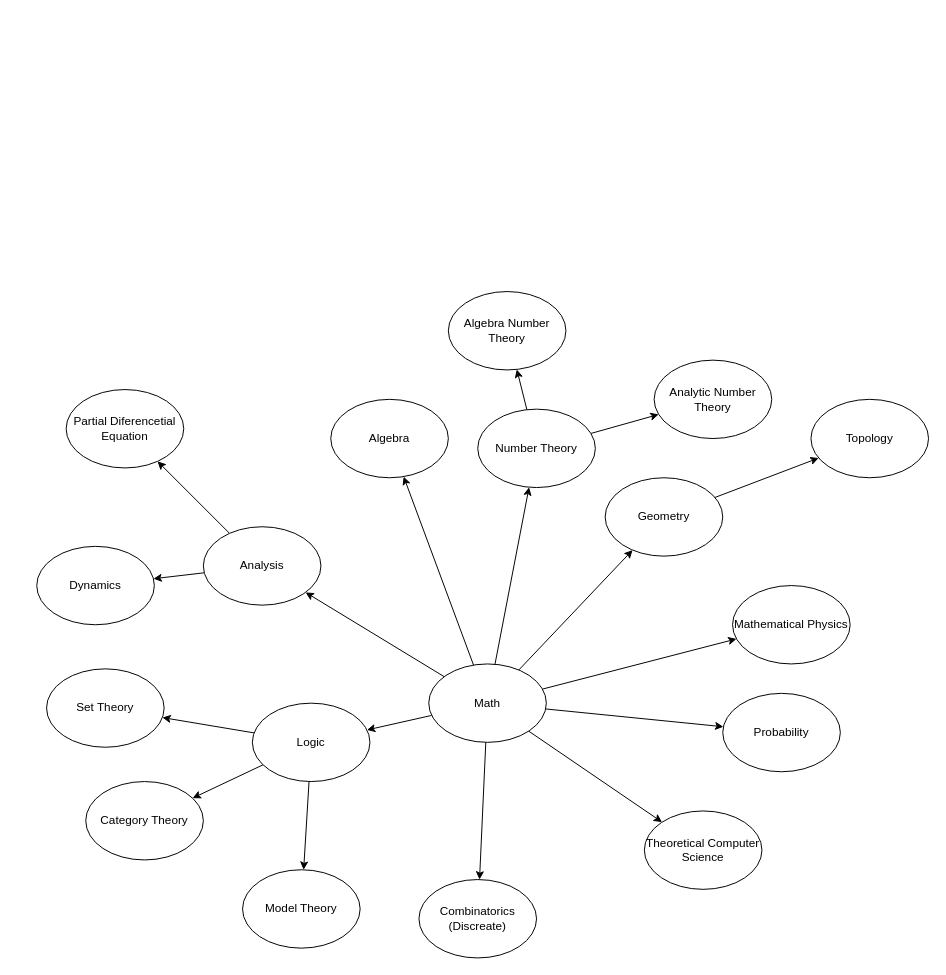
Earlier version of the draw.io diagram math.drawio (chavp/data-modeling). Source tidied: cells renumbered, new cells numbered last; positions are measured from the earlier drawing's top-left corner, leaving out a move shared by most shapes. Both pictures are drawn from the tidied source at 98%, with x=0, y=0 at pixel (36, 291).
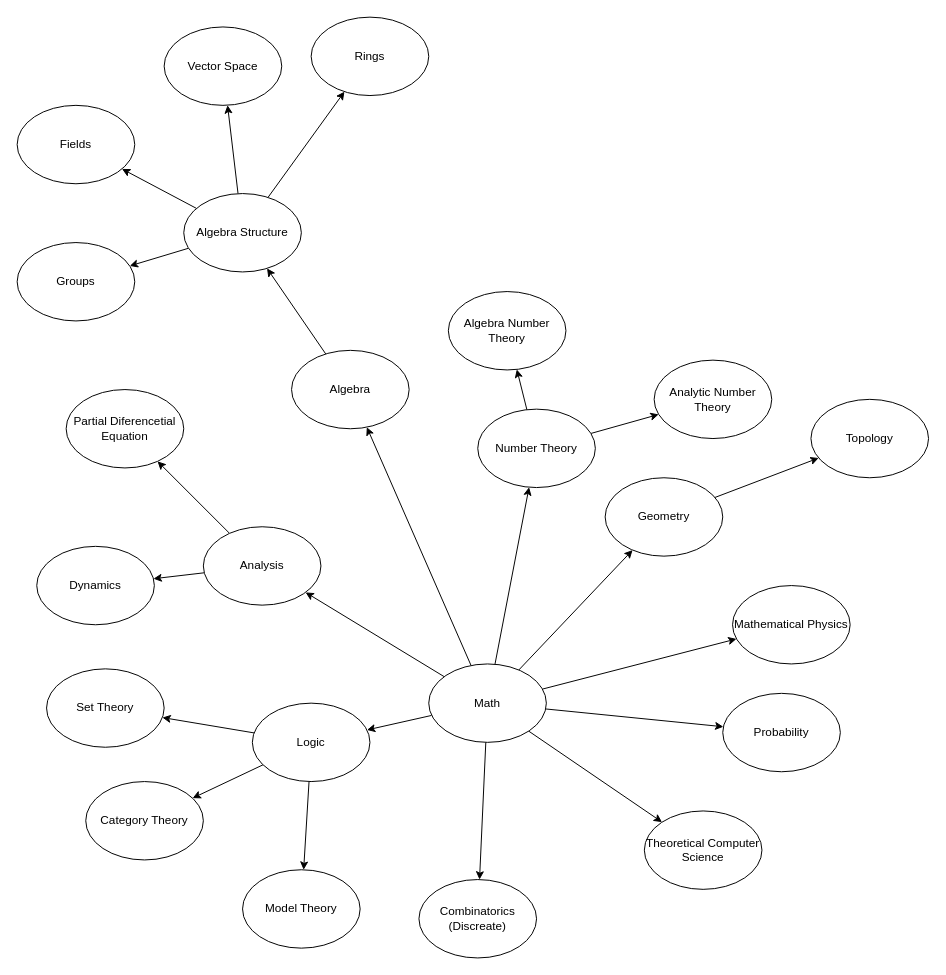
Above is the later version.

Change to the diagram source:
```diff
@@
+    <mxCell id="37" style="edgeStyle=none;rounded=0;jettySize=auto;html=1;" parent="1" edge="1" source="12" target="42">
+      <mxGeometry relative="1" as="geometry" />
+    </mxCell>
     <mxCell id="12" value="Algebra" style="ellipse;whiteSpace=wrap;html=1;" parent="1" vertex="1">
-      <mxGeometry x="300" y="110" width="120" height="80" as="geometry" />
+      <mxGeometry x="260" y="60" width="120" height="80" as="geometry" />
     </mxCell>
@@
+    <mxCell id="38" style="edgeStyle=none;rounded=0;jettySize=auto;html=1;" parent="1" edge="1" source="42" target="43">
+      <mxGeometry relative="1" as="geometry" />
+    </mxCell>
+    <mxCell id="39" style="edgeStyle=none;rounded=0;jettySize=auto;html=1;" parent="1" edge="1" source="42" target="44">
+      <mxGeometry relative="1" as="geometry" />
+    </mxCell>
+    <mxCell id="40" style="edgeStyle=none;rounded=0;jettySize=auto;html=1;" parent="1" edge="1" source="42" target="45">
+      <mxGeometry relative="1" as="geometry" />
+    </mxCell>
+    <mxCell id="41" style="edgeStyle=none;rounded=0;jettySize=auto;html=1;" parent="1" edge="1" source="42" target="46">
+      <mxGeometry relative="1" as="geometry" />
+    </mxCell>
+    <mxCell id="42" value="Algebra Structure" style="ellipse;whiteSpace=wrap;html=1;" parent="1" vertex="1">
+      <mxGeometry x="150" y="-100" width="120" height="80" as="geometry" />
+    </mxCell>
+    <mxCell id="43" value="Groups" style="ellipse;whiteSpace=wrap;html=1;" parent="1" vertex="1">
+      <mxGeometry x="-20" y="-50" width="120" height="80" as="geometry" />
+    </mxCell>
+    <mxCell id="44" value="Fields" style="ellipse;whiteSpace=wrap;html=1;" parent="1" vertex="1">
+      <mxGeometry x="-20" y="-190" width="120" height="80" as="geometry" />
+    </mxCell>
+    <mxCell id="45" value="Vector Space" style="ellipse;whiteSpace=wrap;html=1;" parent="1" vertex="1">
+      <mxGeometry x="130" y="-270" width="120" height="80" as="geometry" />
+    </mxCell>
+    <mxCell id="46" value="Rings" style="ellipse;whiteSpace=wrap;html=1;" parent="1" vertex="1">
+      <mxGeometry x="280" y="-280" width="120" height="80" as="geometry" />
+    </mxCell>
```
